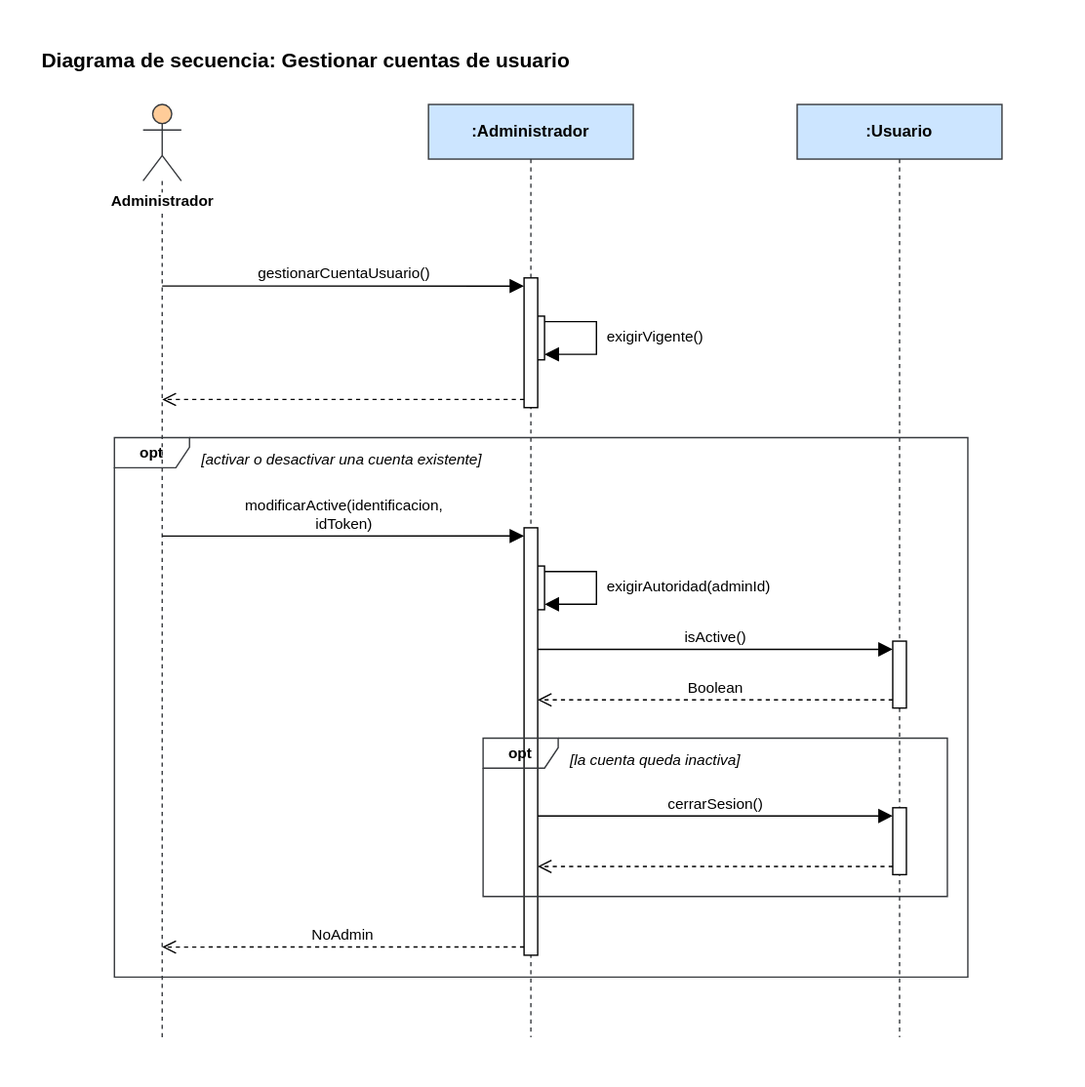
The draw.io diagram Diagramas/Secuencia/gestionar-cuentas-de-usuario.svg in manuel20051208/HorizontalSoftware-Back-End, before a commit. Source tidied: cells renumbered, new cells last; positions are measured from the earlier drawing's top-left corner, leaving out a move shared by most shapes. The source it was exported from:
```xml
<mxGraphModel>
  <root>
    <mxCell id="0" />
    <mxCell id="1" parent="0" />
    <mxCell id="2" value="&lt;b&gt;Diagrama de secuencia: Gestionar cuentas de usuario&lt;/b&gt;" style="text;html=1;align=left;verticalAlign=top;whiteSpace=wrap;fontSize=15;" parent="1" vertex="1">
      <mxGeometry width="730" height="26" as="geometry" />
    </mxCell>
    <mxCell id="3" value="Administrador" style="shape=umlLifeline;participant=umlActor;perimeter=lifelinePerimeter;whiteSpace=nowrap;html=1;outlineConnect=0;portConstraint=eastwest;size=56;verticalAlign=top;spacingTop=58;labelBackgroundColor=#ffffff;fontStyle=1;fontSize=11;fillColor=#ffcc99;strokeColor=#36393d;" parent="1" vertex="1">
      <mxGeometry x="76" y="48" width="28" height="683" as="geometry" />
    </mxCell>
    <mxCell id="4" value=":Administrador" style="shape=umlLifeline;perimeter=lifelinePerimeter;whiteSpace=wrap;html=1;fillColor=#cce5ff;strokeColor=#36393d;fontStyle=1;fontSize=12;" parent="1" vertex="1">
      <mxGeometry x="285" y="48" width="150" height="683" as="geometry" />
    </mxCell>
    <mxCell id="5" value=":Usuario" style="shape=umlLifeline;perimeter=lifelinePerimeter;whiteSpace=wrap;html=1;fillColor=#cce5ff;strokeColor=#36393d;fontStyle=1;fontSize=12;" parent="1" vertex="1">
      <mxGeometry x="555" y="48" width="150" height="683" as="geometry" />
    </mxCell>
    <mxCell id="6" style="html=1;points=[];perimeter=orthogonalPerimeter;fillColor=#ffffff;strokeColor=#000000;" parent="1" vertex="1">
      <mxGeometry x="360" y="203" width="10" height="32" as="geometry" />
    </mxCell>
    <mxCell id="7" style="html=1;points=[];perimeter=orthogonalPerimeter;fillColor=#ffffff;strokeColor=#000000;" parent="1" vertex="1">
      <mxGeometry x="355" y="175" width="10" height="95" as="geometry" />
    </mxCell>
    <mxCell id="8" style="html=1;points=[];perimeter=orthogonalPerimeter;fillColor=#ffffff;strokeColor=#000000;" parent="1" vertex="1">
      <mxGeometry x="360" y="386" width="10" height="32" as="geometry" />
    </mxCell>
    <mxCell id="9" style="html=1;points=[];perimeter=orthogonalPerimeter;fillColor=#ffffff;strokeColor=#000000;" parent="1" vertex="1">
      <mxGeometry x="625" y="441" width="10" height="49" as="geometry" />
    </mxCell>
    <mxCell id="10" style="html=1;points=[];perimeter=orthogonalPerimeter;fillColor=#ffffff;strokeColor=#000000;" parent="1" vertex="1">
      <mxGeometry x="625" y="563" width="10" height="49" as="geometry" />
    </mxCell>
    <mxCell id="11" style="html=1;points=[];perimeter=orthogonalPerimeter;fillColor=#ffffff;strokeColor=#000000;" parent="1" vertex="1">
      <mxGeometry x="355" y="358" width="10" height="313" as="geometry" />
    </mxCell>
    <mxCell id="12" value="gestionarCuentaUsuario()" style="html=1;verticalAlign=bottom;rounded=0;fontSize=11;strokeColor=#000000;endArrow=block;endFill=1;endSize=8;exitX=0.5000;exitY=0.1947;exitDx=0;exitDy=0;exitPerimeter=0;entryX=0.0000;entryY=0.0632;entryDx=0;entryDy=0;entryPerimeter=0;" parent="1" edge="1" source="3" target="7">
      <mxGeometry relative="1" as="geometry" />
    </mxCell>
    <mxCell id="13" style="html=1;rounded=0;endArrow=block;endFill=1;endSize=8;strokeColor=#000000;exitX=1.0000;exitY=0.1250;exitDx=0;exitDy=0;exitPerimeter=0;entryX=1.0000;entryY=0.8750;entryDx=0;entryDy=0;entryPerimeter=0;" parent="1" edge="1" source="6" target="6">
      <mxGeometry relative="1" as="geometry">
        <Array as="points">
          <mxPoint x="408" y="207" />
          <mxPoint x="408" y="231" />
        </Array>
      </mxGeometry>
    </mxCell>
    <mxCell id="14" style="html=1;verticalAlign=bottom;rounded=0;fontSize=11;strokeColor=#000000;dashed=1;endArrow=open;endFill=0;endSize=8;exitX=0.0000;exitY=0.9368;exitDx=0;exitDy=0;exitPerimeter=0;entryX=0.5000;entryY=0.3163;entryDx=0;entryDy=0;entryPerimeter=0;" parent="1" edge="1" source="7" target="3">
      <mxGeometry relative="1" as="geometry" />
    </mxCell>
    <mxCell id="15" value="modificarActive(identificacion,&lt;br&gt;idToken)" style="html=1;verticalAlign=bottom;rounded=0;fontSize=11;strokeColor=#000000;endArrow=block;endFill=1;endSize=8;exitX=0.5000;exitY=0.4627;exitDx=0;exitDy=0;exitPerimeter=0;entryX=0.0000;entryY=0.0192;entryDx=0;entryDy=0;entryPerimeter=0;" parent="1" edge="1" source="3" target="11">
      <mxGeometry relative="1" as="geometry" />
    </mxCell>
    <mxCell id="16" style="html=1;rounded=0;endArrow=block;endFill=1;endSize=8;strokeColor=#000000;exitX=1.0000;exitY=0.1250;exitDx=0;exitDy=0;exitPerimeter=0;entryX=1.0000;entryY=0.8750;entryDx=0;entryDy=0;entryPerimeter=0;" parent="1" edge="1" source="8" target="8">
      <mxGeometry relative="1" as="geometry">
        <Array as="points">
          <mxPoint x="408" y="390" />
          <mxPoint x="408" y="414" />
        </Array>
      </mxGeometry>
    </mxCell>
    <mxCell id="17" value="isActive()" style="html=1;verticalAlign=bottom;rounded=0;fontSize=11;strokeColor=#000000;endArrow=block;endFill=1;endSize=8;exitX=1.0000;exitY=0.2843;exitDx=0;exitDy=0;exitPerimeter=0;entryX=0.0000;entryY=0.1224;entryDx=0;entryDy=0;entryPerimeter=0;" parent="1" edge="1" source="11" target="9">
      <mxGeometry relative="1" as="geometry" />
    </mxCell>
    <mxCell id="18" value="Boolean" style="html=1;verticalAlign=bottom;rounded=0;fontSize=11;strokeColor=#000000;dashed=1;endArrow=open;endFill=0;endSize=8;exitX=0.0000;exitY=0.8776;exitDx=0;exitDy=0;exitPerimeter=0;entryX=1.0000;entryY=0.4026;entryDx=0;entryDy=0;entryPerimeter=0;" parent="1" edge="1" source="9" target="11">
      <mxGeometry relative="1" as="geometry" />
    </mxCell>
    <mxCell id="19" value="cerrarSesion()" style="html=1;verticalAlign=bottom;rounded=0;fontSize=11;strokeColor=#000000;endArrow=block;endFill=1;endSize=8;exitX=1.0000;exitY=0.6741;exitDx=0;exitDy=0;exitPerimeter=0;entryX=0.0000;entryY=0.1224;entryDx=0;entryDy=0;entryPerimeter=0;" parent="1" edge="1" source="11" target="10">
      <mxGeometry relative="1" as="geometry" />
    </mxCell>
    <mxCell id="20" style="html=1;verticalAlign=bottom;rounded=0;fontSize=11;strokeColor=#000000;dashed=1;endArrow=open;endFill=0;endSize=8;exitX=0.0000;exitY=0.8776;exitDx=0;exitDy=0;exitPerimeter=0;entryX=1.0000;entryY=0.7923;entryDx=0;entryDy=0;entryPerimeter=0;" parent="1" edge="1" source="10" target="11">
      <mxGeometry relative="1" as="geometry" />
    </mxCell>
    <mxCell id="21" value="NoAdmin" style="html=1;verticalAlign=bottom;rounded=0;fontSize=11;strokeColor=#000000;dashed=1;endArrow=open;endFill=0;endSize=8;exitX=0.0000;exitY=0.9808;exitDx=0;exitDy=0;exitPerimeter=0;entryX=0.5000;entryY=0.9034;entryDx=0;entryDy=0;entryPerimeter=0;" parent="1" edge="1" source="11" target="3">
      <mxGeometry relative="1" as="geometry" />
    </mxCell>
    <mxCell id="22" value="exigirVigente()" style="text;html=1;align=left;verticalAlign=top;whiteSpace=wrap;overflow=hidden;fontSize=11;" parent="1" vertex="1">
      <mxGeometry x="414" y="205" width="185" height="28" as="geometry" />
    </mxCell>
    <mxCell id="23" value="exigirAutoridad(adminId)" style="text;html=1;align=left;verticalAlign=top;whiteSpace=wrap;overflow=hidden;fontSize=11;" parent="1" vertex="1">
      <mxGeometry x="414" y="388" width="185" height="28" as="geometry" />
    </mxCell>
    <mxCell id="24" value="opt" style="shape=umlFrame;whiteSpace=wrap;html=1;fillColor=none;strokeColor=#36393d;fontStyle=1;fontSize=11;width=55;height=22;" parent="1" vertex="1">
      <mxGeometry x="325" y="512" width="340" height="116" as="geometry" />
    </mxCell>
    <mxCell id="25" value="opt" style="shape=umlFrame;whiteSpace=wrap;html=1;fillColor=none;strokeColor=#36393d;fontStyle=1;fontSize=11;width=55;height=22;" parent="1" vertex="1">
      <mxGeometry x="55" y="292" width="625" height="395" as="geometry" />
    </mxCell>
    <mxCell id="26" value="[la cuenta queda inactiva]" style="text;html=1;align=left;verticalAlign=top;whiteSpace=wrap;fontSize=11;fontStyle=2;" parent="1" vertex="1">
      <mxGeometry x="387" y="515" width="270" height="22" as="geometry" />
    </mxCell>
    <mxCell id="27" value="[activar o desactivar una cuenta existente]" style="text;html=1;align=left;verticalAlign=top;whiteSpace=wrap;fontSize=11;fontStyle=2;" parent="1" vertex="1">
      <mxGeometry x="117" y="295" width="555" height="22" as="geometry" />
    </mxCell>
  </root>
</mxGraphModel>
```
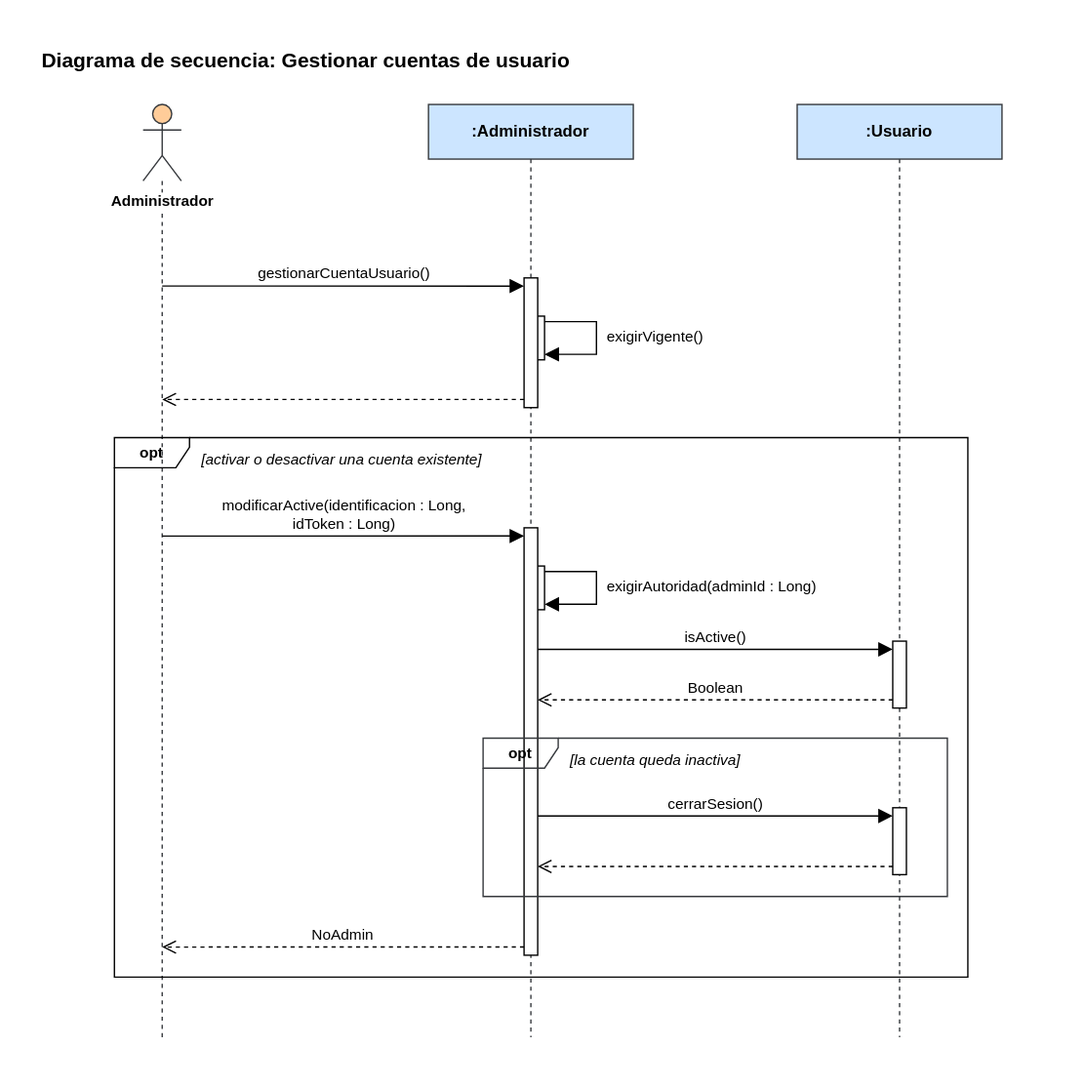
After the commit.

The edit, as a diff of the source:
```diff
@@ -46,7 +46,7 @@
     <mxCell id="14" style="html=1;verticalAlign=bottom;rounded=0;fontSize=11;strokeColor=#000000;dashed=1;endArrow=open;endFill=0;endSize=8;exitX=0.0000;exitY=0.9368;exitDx=0;exitDy=0;exitPerimeter=0;entryX=0.5000;entryY=0.3163;entryDx=0;entryDy=0;entryPerimeter=0;" parent="1" edge="1" source="7" target="3">
       <mxGeometry relative="1" as="geometry" />
     </mxCell>
-    <mxCell id="15" value="modificarActive(identificacion,&lt;br&gt;idToken)" style="html=1;verticalAlign=bottom;rounded=0;fontSize=11;strokeColor=#000000;endArrow=block;endFill=1;endSize=8;exitX=0.5000;exitY=0.4627;exitDx=0;exitDy=0;exitPerimeter=0;entryX=0.0000;entryY=0.0192;entryDx=0;entryDy=0;entryPerimeter=0;" parent="1" edge="1" source="3" target="11">
+    <mxCell id="15" value="modificarActive(identificacion : Long,&lt;br&gt;idToken : Long)" style="html=1;verticalAlign=bottom;rounded=0;fontSize=11;strokeColor=#000000;endArrow=block;endFill=1;endSize=8;exitX=0.5000;exitY=0.4627;exitDx=0;exitDy=0;exitPerimeter=0;entryX=0.0000;entryY=0.0192;entryDx=0;entryDy=0;entryPerimeter=0;" parent="1" edge="1" source="3" target="11">
       <mxGeometry relative="1" as="geometry" />
     </mxCell>
     <mxCell id="16" style="html=1;rounded=0;endArrow=block;endFill=1;endSize=8;strokeColor=#000000;exitX=1.0000;exitY=0.1250;exitDx=0;exitDy=0;exitPerimeter=0;entryX=1.0000;entryY=0.8750;entryDx=0;entryDy=0;entryPerimeter=0;" parent="1" edge="1" source="8" target="8">
@@ -75,13 +75,13 @@
     <mxCell id="22" value="exigirVigente()" style="text;html=1;align=left;verticalAlign=top;whiteSpace=wrap;overflow=hidden;fontSize=11;" parent="1" vertex="1">
       <mxGeometry x="414" y="205" width="185" height="28" as="geometry" />
     </mxCell>
-    <mxCell id="23" value="exigirAutoridad(adminId)" style="text;html=1;align=left;verticalAlign=top;whiteSpace=wrap;overflow=hidden;fontSize=11;" parent="1" vertex="1">
+    <mxCell id="23" value="exigirAutoridad(adminId : Long)" style="text;html=1;align=left;verticalAlign=top;whiteSpace=wrap;overflow=hidden;fontSize=11;" parent="1" vertex="1">
       <mxGeometry x="414" y="388" width="185" height="28" as="geometry" />
     </mxCell>
     <mxCell id="24" value="opt" style="shape=umlFrame;whiteSpace=wrap;html=1;fillColor=none;strokeColor=#36393d;fontStyle=1;fontSize=11;width=55;height=22;" parent="1" vertex="1">
       <mxGeometry x="325" y="512" width="340" height="116" as="geometry" />
     </mxCell>
-    <mxCell id="25" value="opt" style="shape=umlFrame;whiteSpace=wrap;html=1;fillColor=none;strokeColor=#36393d;fontStyle=1;fontSize=11;width=55;height=22;" parent="1" vertex="1">
+    <mxCell id="25" value="opt" style="shape=umlFrame;whiteSpace=wrap;html=1;fontStyle=1;fontSize=11;width=55;height=22;fillColor=none;" parent="1" vertex="1">
       <mxGeometry x="55" y="292" width="625" height="395" as="geometry" />
     </mxCell>
     <mxCell id="26" value="[la cuenta queda inactiva]" style="text;html=1;align=left;verticalAlign=top;whiteSpace=wrap;fontSize=11;fontStyle=2;" parent="1" vertex="1">
```
